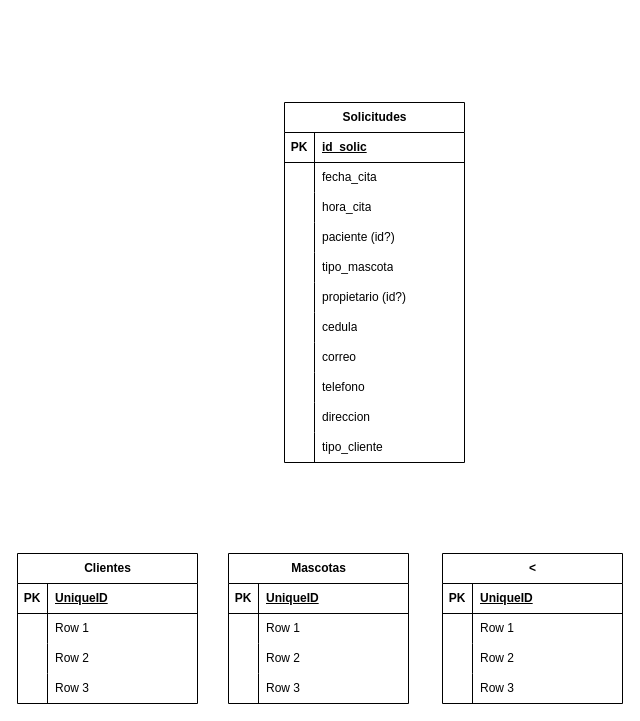
g-AbrahamGarcia/Test keeps this draw.io diagram as Diagrama sin título.drawio. Above is the earlier version. Source tidied: cells renumbered, new cells numbered last; positions are measured from the earlier drawing's top-left corner, leaving out a move shared by most shapes. Both pictures are drawn from the tidied source at 100%, with x=0, y=0 at pixel (17, 102).
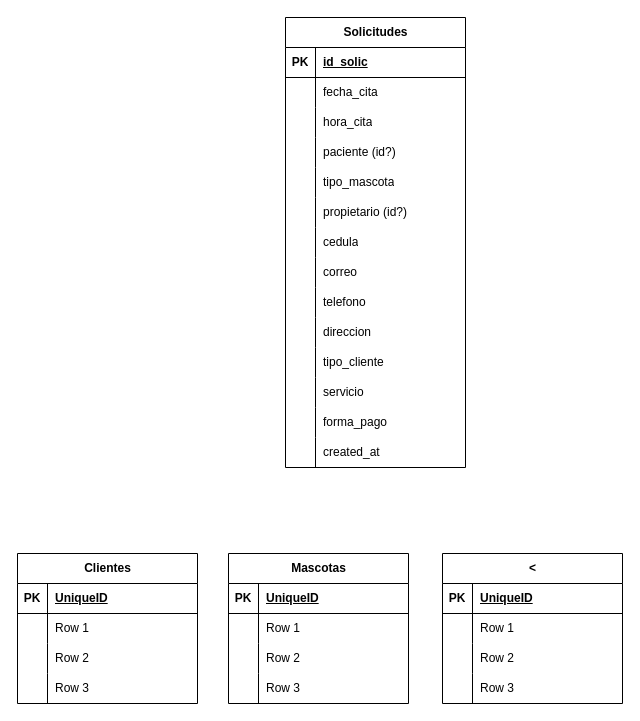
After the change.

The edit, as a diff of the source:
```diff
@@
     <mxCell id="2" value="Solicitudes" style="shape=table;startSize=30;childLayout=tableLayout;rowLines=0;fontStyle=1;align=center;html=1;" parent="1" vertex="1">
-      <mxGeometry x="267" width="180" height="360" as="geometry" />
+      <mxGeometry x="268" y="-85" width="180" height="450" as="geometry" />
     </mxCell>
@@
+    <mxCell id="75" style="shape=tableRow;horizontal=0;startSize=0;swimlaneHead=0;swimlaneBody=0;fillColor=none;top=0;left=0;right=0;bottom=0;" parent="2" vertex="1">
+      <mxGeometry y="360" width="180" height="30" as="geometry" />
+    </mxCell>
+    <mxCell id="76" style="shape=partialRectangle;fillColor=none;top=0;left=0;bottom=0;right=0;overflow=hidden;whiteSpace=wrap;html=1;" parent="75" vertex="1">
+      <mxGeometry width="30" height="30" as="geometry" />
+    </mxCell>
+    <mxCell id="77" value="servicio" style="shape=partialRectangle;fillColor=none;top=0;left=0;bottom=0;right=0;align=left;spacingLeft=6;overflow=hidden;whiteSpace=wrap;html=1;" parent="75" vertex="1">
+      <mxGeometry x="30" width="150" height="30" as="geometry" />
+    </mxCell>
+    <mxCell id="78" style="shape=tableRow;horizontal=0;startSize=0;swimlaneHead=0;swimlaneBody=0;fillColor=none;top=0;left=0;right=0;bottom=0;" parent="2" vertex="1">
+      <mxGeometry y="390" width="180" height="30" as="geometry" />
+    </mxCell>
+    <mxCell id="79" style="shape=partialRectangle;fillColor=none;top=0;left=0;bottom=0;right=0;overflow=hidden;whiteSpace=wrap;html=1;" parent="78" vertex="1">
+      <mxGeometry width="30" height="30" as="geometry" />
+    </mxCell>
+    <mxCell id="80" value="forma_pago" style="shape=partialRectangle;fillColor=none;top=0;left=0;bottom=0;right=0;align=left;spacingLeft=6;overflow=hidden;whiteSpace=wrap;html=1;" parent="78" vertex="1">
+      <mxGeometry x="30" width="150" height="30" as="geometry" />
+    </mxCell>
+    <mxCell id="81" style="shape=tableRow;horizontal=0;startSize=0;swimlaneHead=0;swimlaneBody=0;fillColor=none;top=0;left=0;right=0;bottom=0;" parent="2" vertex="1">
+      <mxGeometry y="420" width="180" height="30" as="geometry" />
+    </mxCell>
+    <mxCell id="82" style="shape=partialRectangle;fillColor=none;top=0;left=0;bottom=0;right=0;overflow=hidden;whiteSpace=wrap;html=1;" parent="81" vertex="1">
+      <mxGeometry width="30" height="30" as="geometry" />
+    </mxCell>
+    <mxCell id="83" value="created_at" style="shape=partialRectangle;fillColor=none;top=0;left=0;bottom=0;right=0;align=left;spacingLeft=6;overflow=hidden;whiteSpace=wrap;html=1;" parent="81" vertex="1">
+      <mxGeometry x="30" width="150" height="30" as="geometry" />
+    </mxCell>
```
